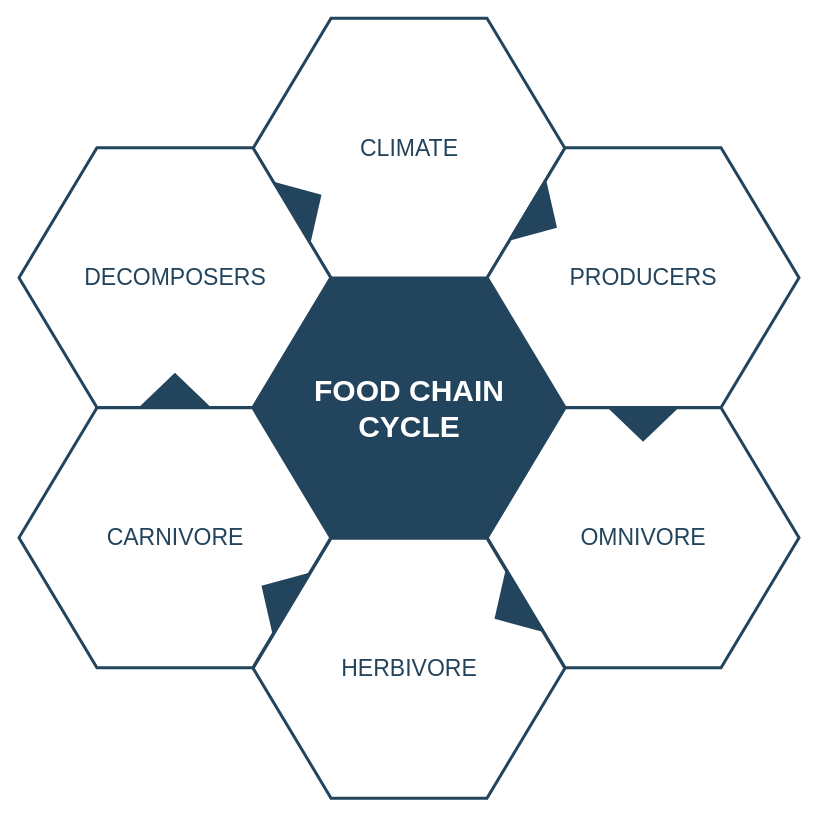
Before: 24v输入多输出.drawio in godmid/pic-for-cdn, a draw.io diagram. Source tidied: cells renumbered, new cells numbered last; positions are measured from the earlier drawing's top-left corner, leaving out a move shared by most shapes. Both pictures are drawn from the tidied source at 100%, with x=0, y=0 at pixel (18, 18).
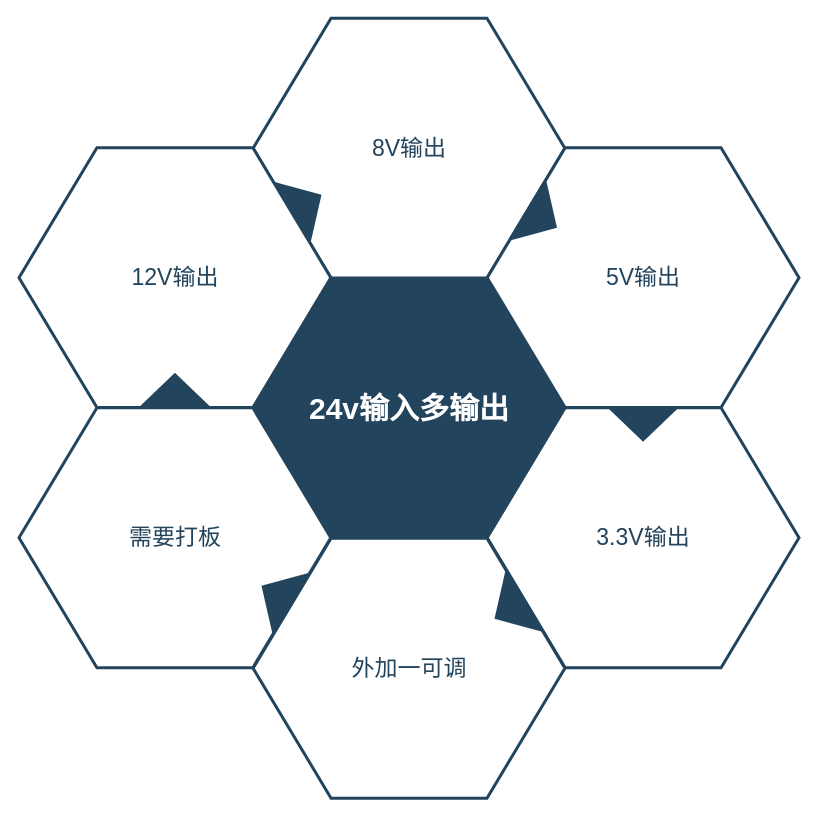
After the change.

Commit message:
更新24v输入多输出.drawio

What changed in the source:
```diff
@@
 <mxGraphModel>
   <root>
     <mxCell id="0" />
     <mxCell id="1" parent="0" />
-    <mxCell id="2" value="&lt;font style=&quot;font-size: 30px&quot; color=&quot;#ffffff&quot;&gt;&lt;b&gt;&lt;span&gt;FOOD CHAIN&lt;/span&gt;&lt;br&gt;&lt;span&gt;CYCLE&lt;/span&gt;&lt;/b&gt;&lt;/font&gt;&lt;br&gt;" style="shape=hexagon;perimeter=hexagonPerimeter2;whiteSpace=wrap;html=1;shadow=0;labelBackgroundColor=none;strokeColor=#23445D;fillColor=#23445D;gradientColor=none;fontFamily=Helvetica;fontSize=23;fontColor=#23445d;align=center;strokeWidth=3;" parent="1" vertex="1">
+    <mxCell id="2" value="&lt;font color=&quot;#ffffff&quot;&gt;&lt;span style=&quot;font-size: 30px;&quot;&gt;&lt;b&gt;24v输入多输出&lt;/b&gt;&lt;/span&gt;&lt;/font&gt;" style="shape=hexagon;perimeter=hexagonPerimeter2;whiteSpace=wrap;html=1;shadow=0;labelBackgroundColor=none;strokeColor=#23445D;fillColor=#23445D;gradientColor=none;fontFamily=Helvetica;fontSize=23;fontColor=#23445d;align=center;strokeWidth=3;" parent="1" vertex="1">
       <mxGeometry x="234.6" y="259.8" width="311.8" height="259.9" as="geometry" />
     </mxCell>
     <mxCell id="3" style="triangle;whiteSpace=wrap;html=1;shadow=0;labelBackgroundColor=none;strokeColor=none;fillColor=#FFFFFF;fontFamily=Helvetica;fontSize=17;fontColor=#23445d;align=center;rotation=90;gradientColor=none;flipV=1;flipH=1;opacity=20;" parent="1" vertex="1">
       <mxGeometry x="115.5" y="277.7" width="72" height="152" as="geometry" />
     </mxCell>
-    <mxCell id="4" value="&lt;font style=&quot;font-size: 23px&quot;&gt;CLIMATE&lt;/font&gt;" style="shape=hexagon;perimeter=hexagonPerimeter2;whiteSpace=wrap;html=1;shadow=0;labelBackgroundColor=none;strokeColor=#23445D;fillColor=#ffffff;gradientColor=none;fontFamily=Helvetica;fontSize=23;fontColor=#23445D;align=center;strokeWidth=3;" parent="1" vertex="1">
+    <mxCell id="4" value="&lt;font style=&quot;font-size: 23px&quot;&gt;8V输出&lt;/font&gt;" style="shape=hexagon;perimeter=hexagonPerimeter2;whiteSpace=wrap;html=1;shadow=0;labelBackgroundColor=none;strokeColor=#23445D;fillColor=#ffffff;gradientColor=none;fontFamily=Helvetica;fontSize=23;fontColor=#23445D;align=center;strokeWidth=3;" parent="1" vertex="1">
       <mxGeometry x="234.6" y="-0.3" width="311.8" height="259.9" as="geometry" />
     </mxCell>
-    <mxCell id="5" value="&lt;font style=&quot;font-size: 23px&quot;&gt;PRODUCERS&lt;/font&gt;" style="shape=hexagon;perimeter=hexagonPerimeter2;whiteSpace=wrap;html=1;shadow=0;labelBackgroundColor=none;strokeColor=#23445D;fillColor=#FFFFFF;gradientColor=none;fontFamily=Helvetica;fontSize=23;fontColor=#23445d;align=center;strokeWidth=3;" parent="1" vertex="1">
+    <mxCell id="5" value="&lt;font style=&quot;font-size: 23px&quot;&gt;5V输出&lt;/font&gt;" style="shape=hexagon;perimeter=hexagonPerimeter2;whiteSpace=wrap;html=1;shadow=0;labelBackgroundColor=none;strokeColor=#23445D;fillColor=#FFFFFF;gradientColor=none;fontFamily=Helvetica;fontSize=23;fontColor=#23445d;align=center;strokeWidth=3;" parent="1" vertex="1">
       <mxGeometry x="468.7" y="129.2" width="311.8" height="259.9" as="geometry" />
     </mxCell>
-    <mxCell id="6" value="&lt;font style=&quot;font-size: 23px&quot;&gt;OMNIVORE&lt;/font&gt;" style="shape=hexagon;perimeter=hexagonPerimeter2;whiteSpace=wrap;html=1;shadow=0;labelBackgroundColor=none;strokeColor=#23445D;fillColor=#FFFFFF;gradientColor=none;fontFamily=Helvetica;fontSize=23;fontColor=#23445d;align=center;strokeWidth=3;" parent="1" vertex="1">
+    <mxCell id="6" value="&lt;font style=&quot;font-size: 23px&quot;&gt;3.3V输出&lt;/font&gt;" style="shape=hexagon;perimeter=hexagonPerimeter2;whiteSpace=wrap;html=1;shadow=0;labelBackgroundColor=none;strokeColor=#23445D;fillColor=#FFFFFF;gradientColor=none;fontFamily=Helvetica;fontSize=23;fontColor=#23445d;align=center;strokeWidth=3;" parent="1" vertex="1">
       <mxGeometry x="468.7" y="389.3" width="311.8" height="259.9" as="geometry" />
     </mxCell>
-    <mxCell id="7" value="&lt;font style=&quot;font-size: 23px&quot;&gt;HERBIVORE&lt;/font&gt;" style="shape=hexagon;perimeter=hexagonPerimeter2;whiteSpace=wrap;html=1;shadow=0;labelBackgroundColor=none;strokeColor=#23445D;fillColor=#FFFFFF;gradientColor=none;fontFamily=Helvetica;fontSize=23;fontColor=#23445d;align=center;strokeWidth=3;" parent="1" vertex="1">
+    <mxCell id="7" value="&lt;font style=&quot;font-size: 23px&quot;&gt;外加一可调&lt;/font&gt;" style="shape=hexagon;perimeter=hexagonPerimeter2;whiteSpace=wrap;html=1;shadow=0;labelBackgroundColor=none;strokeColor=#23445D;fillColor=#FFFFFF;gradientColor=none;fontFamily=Helvetica;fontSize=23;fontColor=#23445d;align=center;strokeWidth=3;" parent="1" vertex="1">
       <mxGeometry x="234.6" y="519.8" width="311.8" height="259.9" as="geometry" />
     </mxCell>
-    <mxCell id="8" value="&lt;font style=&quot;font-size: 23px&quot;&gt;CARNIVORE&lt;/font&gt;" style="shape=hexagon;perimeter=hexagonPerimeter2;whiteSpace=wrap;html=1;shadow=0;labelBackgroundColor=none;strokeColor=#23445D;fillColor=#FFFFFF;gradientColor=none;fontFamily=Helvetica;fontSize=23;fontColor=#23445d;align=center;strokeWidth=3;" parent="1" vertex="1">
+    <mxCell id="8" value="&lt;font style=&quot;font-size: 23px&quot;&gt;需要打板&lt;/font&gt;" style="shape=hexagon;perimeter=hexagonPerimeter2;whiteSpace=wrap;html=1;shadow=0;labelBackgroundColor=none;strokeColor=#23445D;fillColor=#FFFFFF;gradientColor=none;fontFamily=Helvetica;fontSize=23;fontColor=#23445d;align=center;strokeWidth=3;" parent="1" vertex="1">
       <mxGeometry x="0.5" y="389.3" width="311.8" height="259.9" as="geometry" />
     </mxCell>
-    <mxCell id="9" value="&lt;font style=&quot;font-size: 23px;&quot;&gt;DECOMPOSERS&lt;/font&gt;" style="shape=hexagon;perimeter=hexagonPerimeter2;whiteSpace=wrap;html=1;shadow=0;labelBackgroundColor=none;strokeColor=#23445D;fillColor=#ffffff;gradientColor=none;fontFamily=Helvetica;fontSize=23;fontColor=#23445D;align=center;strokeWidth=3;" parent="1" vertex="1">
+    <mxCell id="9" value="&lt;font style=&quot;font-size: 23px;&quot;&gt;12V输出&lt;/font&gt;" style="shape=hexagon;perimeter=hexagonPerimeter2;whiteSpace=wrap;html=1;shadow=0;labelBackgroundColor=none;strokeColor=#23445D;fillColor=#ffffff;gradientColor=none;fontFamily=Helvetica;fontSize=23;fontColor=#23445D;align=center;strokeWidth=3;" parent="1" vertex="1">
       <mxGeometry x="0.5" y="129.2" width="311.8" height="259.9" as="geometry" />
     </mxCell>
     <mxCell id="10" style="triangle;whiteSpace=wrap;html=1;shadow=0;labelBackgroundColor=none;strokeColor=none;fillColor=#23445D;fontFamily=Helvetica;fontSize=17;fontColor=#23445d;align=center;rotation=31;gradientColor=none;strokeWidth=3;" parent="1" vertex="1">
       <mxGeometry x="506" y="163.7" width="35" height="73" as="geometry" />
     </mxCell>
     <mxCell id="11" style="triangle;whiteSpace=wrap;html=1;shadow=0;labelBackgroundColor=none;strokeColor=none;fillColor=#23445D;fontFamily=Helvetica;fontSize=17;fontColor=#23445d;align=center;rotation=31;gradientColor=none;flipH=1;strokeWidth=3;" parent="1" vertex="1">
       <mxGeometry x="240.5" y="539.7" width="35" height="73" as="geometry" />
     </mxCell>
     <mxCell id="12" style="triangle;whiteSpace=wrap;html=1;shadow=0;labelBackgroundColor=none;strokeColor=none;fillColor=#23445D;fontFamily=Helvetica;fontSize=17;fontColor=#23445d;align=center;rotation=329;gradientColor=none;strokeWidth=3;" parent="1" vertex="1">
       <mxGeometry x="270.5" y="148.7" width="35" height="73" as="geometry" />
     </mxCell>
     <mxCell id="13" style="triangle;whiteSpace=wrap;html=1;shadow=0;labelBackgroundColor=none;strokeColor=none;fillColor=#23445D;fontFamily=Helvetica;fontSize=17;fontColor=#23445d;align=center;rotation=329;gradientColor=none;flipH=1;strokeWidth=3;" parent="1" vertex="1">
       <mxGeometry x="473.5" y="554.7" width="35" height="73" as="geometry" />
     </mxCell>
     <mxCell id="14" style="triangle;whiteSpace=wrap;html=1;shadow=0;labelBackgroundColor=none;strokeColor=none;fillColor=#23445D;fontFamily=Helvetica;fontSize=17;fontColor=#23445d;align=center;rotation=90;gradientColor=none;strokeWidth=3;" parent="1" vertex="1">
       <mxGeometry x="607.1" y="369.2" width="35" height="73" as="geometry" />
     </mxCell>
     <mxCell id="15" style="triangle;whiteSpace=wrap;html=1;shadow=0;labelBackgroundColor=none;strokeColor=none;fillColor=#23445D;fontFamily=Helvetica;fontSize=17;fontColor=#23445d;align=center;rotation=90;gradientColor=none;flipH=1;strokeWidth=3;" parent="1" vertex="1">
       <mxGeometry x="138.9" y="335.2" width="35" height="73" as="geometry" />
     </mxCell>
   </root>
 </mxGraphModel>
```
